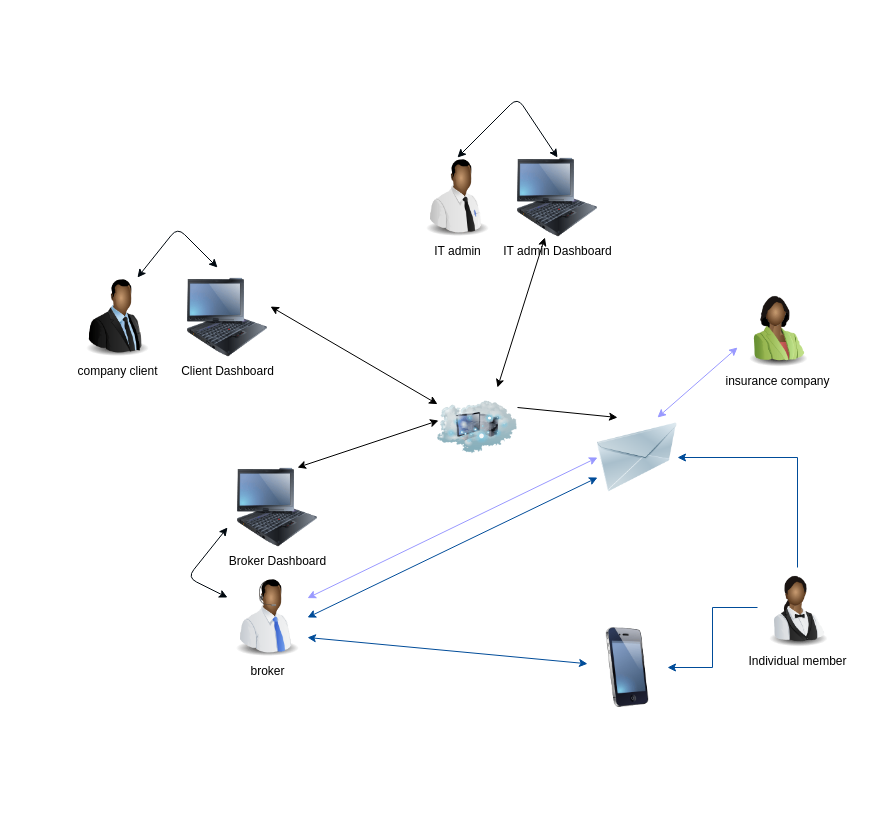
jasarvn/howdengroup keeps this draw.io diagram as page "Page-8" (8 of 8) of howdengroup.drawio. Above is the earlier version. Source tidied: cells renumbered, new cells numbered last; positions are measured from the earlier drawing's top-left corner, leaving out a move shared by most shapes. Both pictures are drawn from the tidied source at 100%, with x=0, y=0 at pixel (77, 97).
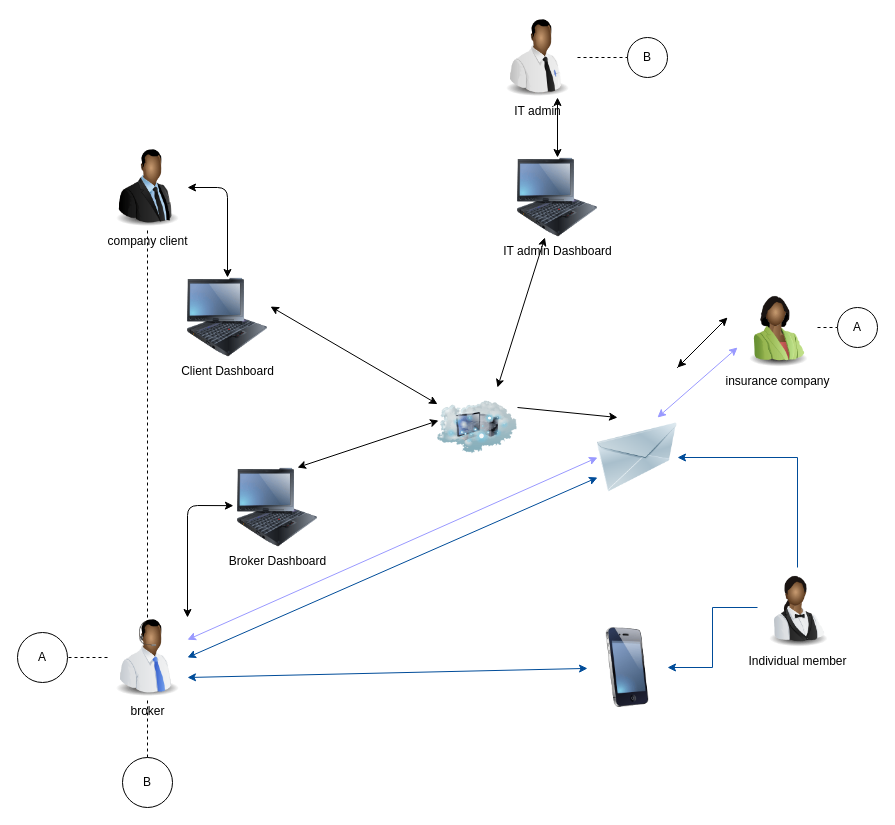
The same diagram, later.

The change refers to these unchanged cells:
```xml
<mxCell id="5" value="insurance company" style="image;html=1;labelBackgroundColor=#ffffff;image=img/lib/clip_art/people/Suit_Woman_Green_Black_128x128.png;" parent="1" vertex="1">
  <mxGeometry x="660" y="190" width="80" height="80" as="geometry" />
</mxCell>
<mxCell id="9" value="Client Dashboard" style="image;html=1;labelBackgroundColor=#ffffff;image=img/lib/clip_art/computers/IBM_Tablet_128x128.png;" parent="1" vertex="1">
  <mxGeometry x="110" y="180" width="80" height="80" as="geometry" />
</mxCell>
<mxCell id="10" value="IT admin Dashboard" style="image;html=1;labelBackgroundColor=#ffffff;image=img/lib/clip_art/computers/IBM_Tablet_128x128.png;" parent="1" vertex="1">
  <mxGeometry x="440" y="60" width="80" height="80" as="geometry" />
</mxCell>
<mxCell id="11" value="Broker Dashboard" style="image;html=1;labelBackgroundColor=#ffffff;image=img/lib/clip_art/computers/IBM_Tablet_128x128.png;" parent="1" vertex="1">
  <mxGeometry x="160" y="370" width="80" height="80" as="geometry" />
</mxCell>
```

What changed in the source:
```diff
@@
     <mxCell id="2" value="company client" style="image;html=1;labelBackgroundColor=#ffffff;image=img/lib/clip_art/people/Suit_Man_Black_128x128.png;" parent="1" vertex="1">
-      <mxGeometry y="180" width="80" height="80" as="geometry" />
+      <mxGeometry x="30" y="50" width="80" height="80" as="geometry" />
     </mxCell>
     <mxCell id="3" value="broker" style="image;html=1;labelBackgroundColor=#ffffff;image=img/lib/clip_art/people/Telesales_Man_Black_128x128.png;" parent="1" vertex="1">
-      <mxGeometry x="150" y="480" width="80" height="80" as="geometry" />
+      <mxGeometry x="30" y="520" width="80" height="80" as="geometry" />
     </mxCell>
     <mxCell id="4" value="IT admin" style="image;html=1;labelBackgroundColor=#ffffff;image=img/lib/clip_art/people/Tech_Man_Black_128x128.png;" parent="1" vertex="1">
-      <mxGeometry x="340" y="60" width="80" height="80" as="geometry" />
+      <mxGeometry x="420" y="-80" width="80" height="80" as="geometry" />
     </mxCell>
@@
-    <mxCell id="23" style="endArrow=classic;startArrow=classic;html=1;strokeColor=#00080F;" parent="1" edge="1" source="3">
-      <mxGeometry relative="1" as="geometry">
-        <mxPoint x="150" y="430" as="targetPoint" />
-        <Array as="points">
-          <mxPoint x="110" y="480" />
-        </Array>
-      </mxGeometry>
-    </mxCell>
-    <mxCell id="24" style="endArrow=classic;startArrow=classic;html=1;strokeColor=#00080F;exitX=0.75;exitY=0;exitDx=0;exitDy=0;" parent="1" edge="1" source="2">
-      <mxGeometry relative="1" as="geometry">
-        <mxPoint x="140" y="170" as="targetPoint" />
-        <Array as="points">
-          <mxPoint x="100" y="130" />
-        </Array>
-      </mxGeometry>
-    </mxCell>
+    <mxCell id="26" style="endArrow=classic;startArrow=classic;html=1;" parent="1" edge="1">
+      <mxGeometry relative="1" as="geometry">
+        <mxPoint x="600" y="270" as="sourcePoint" />
+        <mxPoint x="650" y="220" as="targetPoint" />
+      </mxGeometry>
+    </mxCell>
+    <mxCell id="27" style="endArrow=none;dashed=1;html=1;" parent="1" edge="1">
+      <mxGeometry relative="1" as="geometry">
+        <mxPoint x="600" y="270" as="sourcePoint" />
+        <mxPoint x="650" y="220" as="targetPoint" />
+      </mxGeometry>
+    </mxCell>
+    <mxCell id="28" style="endArrow=none;dashed=1;html=1;" parent="1" edge="1">
+      <mxGeometry relative="1" as="geometry">
+        <mxPoint x="600" y="270" as="sourcePoint" />
+        <mxPoint x="650" y="220" as="targetPoint" />
+      </mxGeometry>
+    </mxCell>
+    <mxCell id="29" style="endArrow=none;dashed=1;html=1;" parent="1" edge="1">
+      <mxGeometry relative="1" as="geometry">
+        <mxPoint x="600" y="270" as="sourcePoint" />
+        <mxPoint x="650" y="220" as="targetPoint" />
+      </mxGeometry>
+    </mxCell>
+    <mxCell id="30" style="endArrow=none;dashed=1;html=1;exitX=0.5;exitY=0;exitDx=0;exitDy=0;" parent="1" edge="1" source="3" target="2">
+      <mxGeometry relative="1" as="geometry" />
+    </mxCell>
+    <mxCell id="31" style="endArrow=none;dashed=1;html=1;exitX=1;exitY=0.5;exitDx=0;exitDy=0;" parent="1" edge="1" source="5" target="32">
+      <mxGeometry relative="1" as="geometry" />
+    </mxCell>
+    <mxCell id="32" value="A" style="ellipse;whiteSpace=wrap;html=1;" parent="1" vertex="1">
+      <mxGeometry x="760" y="210" width="40" height="40" as="geometry" />
+    </mxCell>
+    <mxCell id="33" style="endArrow=none;dashed=1;html=1;exitX=0;exitY=0.5;exitDx=0;exitDy=0;" parent="1" edge="1" source="3" target="34">
+      <mxGeometry relative="1" as="geometry" />
+    </mxCell>
+    <mxCell id="34" value="A" style="ellipse;whiteSpace=wrap;html=1;" parent="1" vertex="1">
+      <mxGeometry x="-60" y="535" width="50" height="50" as="geometry" />
+    </mxCell>
+    <mxCell id="35" style="endArrow=classic;startArrow=classic;html=1;exitX=1;exitY=0;exitDx=0;exitDy=0;entryX=-0.051;entryY=0.477;entryDx=0;entryDy=0;entryPerimeter=0;" parent="1" edge="1" source="3" target="11">
+      <mxGeometry relative="1" as="geometry">
+        <Array as="points">
+          <mxPoint x="110" y="408" />
+        </Array>
+      </mxGeometry>
+    </mxCell>
+    <mxCell id="36" style="endArrow=classic;startArrow=classic;html=1;entryX=0.5;entryY=0;entryDx=0;entryDy=0;exitX=1;exitY=0.5;exitDx=0;exitDy=0;" parent="1" edge="1" source="2" target="9">
+      <mxGeometry relative="1" as="geometry">
+        <Array as="points">
+          <mxPoint x="150" y="90" />
+        </Array>
+      </mxGeometry>
+    </mxCell>
-    <mxCell id="25" style="endArrow=classic;startArrow=classic;html=1;strokeColor=#00080F;exitX=0.5;exitY=0;exitDx=0;exitDy=0;entryX=0.5;entryY=0;entryDx=0;entryDy=0;" parent="1" edge="1" source="4" target="10">
-      <mxGeometry relative="1" as="geometry">
-        <Array as="points">
-          <mxPoint x="440" />
-        </Array>
-      </mxGeometry>
+    <mxCell id="25" style="endArrow=classic;startArrow=classic;html=1;entryX=0.5;entryY=0;entryDx=0;entryDy=0;exitX=0.75;exitY=1;exitDx=0;exitDy=0;" parent="1" edge="1" source="4" target="10">
+      <mxGeometry relative="1" as="geometry" />
     </mxCell>
+    <mxCell id="37" value="B" style="ellipse;whiteSpace=wrap;html=1;" parent="1" vertex="1">
+      <mxGeometry x="550" y="-60" width="40" height="40" as="geometry" />
+    </mxCell>
+    <mxCell id="38" style="endArrow=none;dashed=1;html=1;entryX=0;entryY=0.5;entryDx=0;entryDy=0;exitX=1;exitY=0.5;exitDx=0;exitDy=0;" parent="1" edge="1" source="4" target="37">
+      <mxGeometry relative="1" as="geometry" />
+    </mxCell>
+    <mxCell id="39" value="B" style="ellipse;whiteSpace=wrap;html=1;" parent="1" vertex="1">
+      <mxGeometry x="45" y="660" width="50" height="50" as="geometry" />
+    </mxCell>
+    <mxCell id="40" style="endArrow=none;dashed=1;html=1;exitX=0.5;exitY=0;exitDx=0;exitDy=0;" parent="1" edge="1" source="39" target="3">
+      <mxGeometry relative="1" as="geometry" />
+    </mxCell>
```
